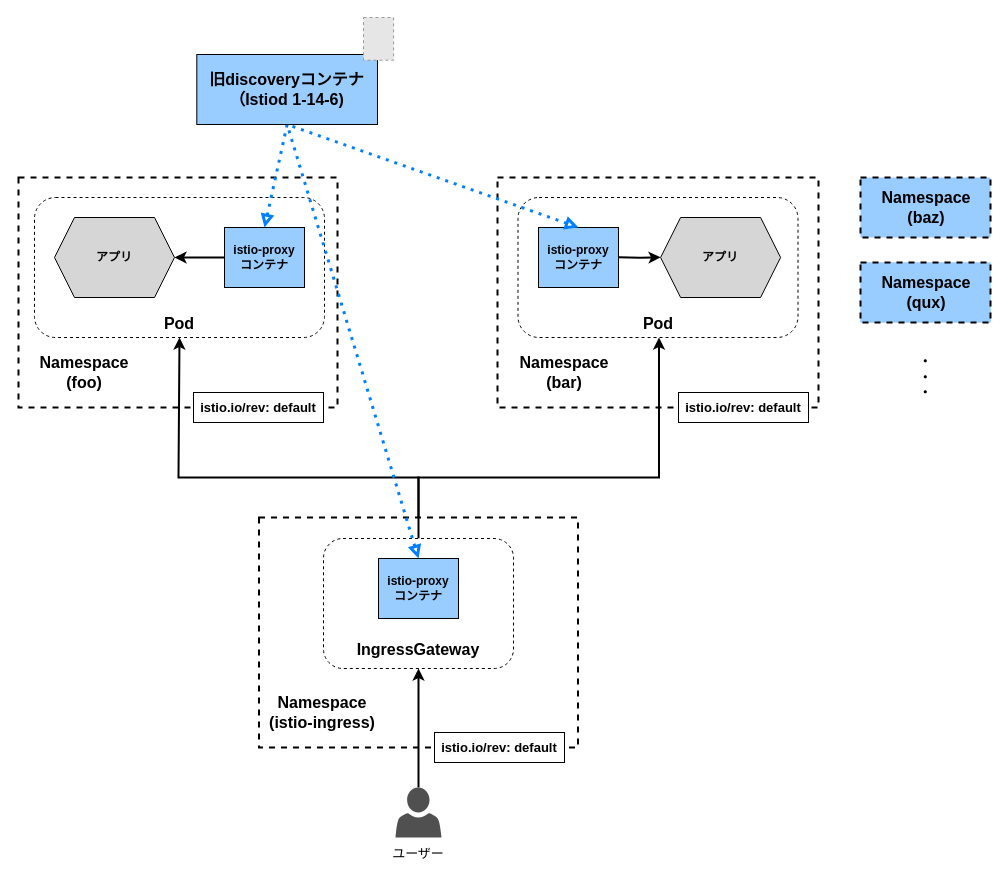
Before: page "istio_canary-upgrade_rollout-restart_1" (14 of 27) of images/drawio/istio/upgrade_istio.drawio in hiroki-it/tech-notebook-images, a draw.io diagram. Source tidied: cells renumbered, new cells numbered last; positions are measured from the earlier drawing's top-left corner, leaving out a move shared by most shapes. Both pictures are drawn from the tidied source at 100%, with x=0, y=0 at pixel (18, 17). Pictures stored in the file or linked from it are replaced by grey dashed boxes.
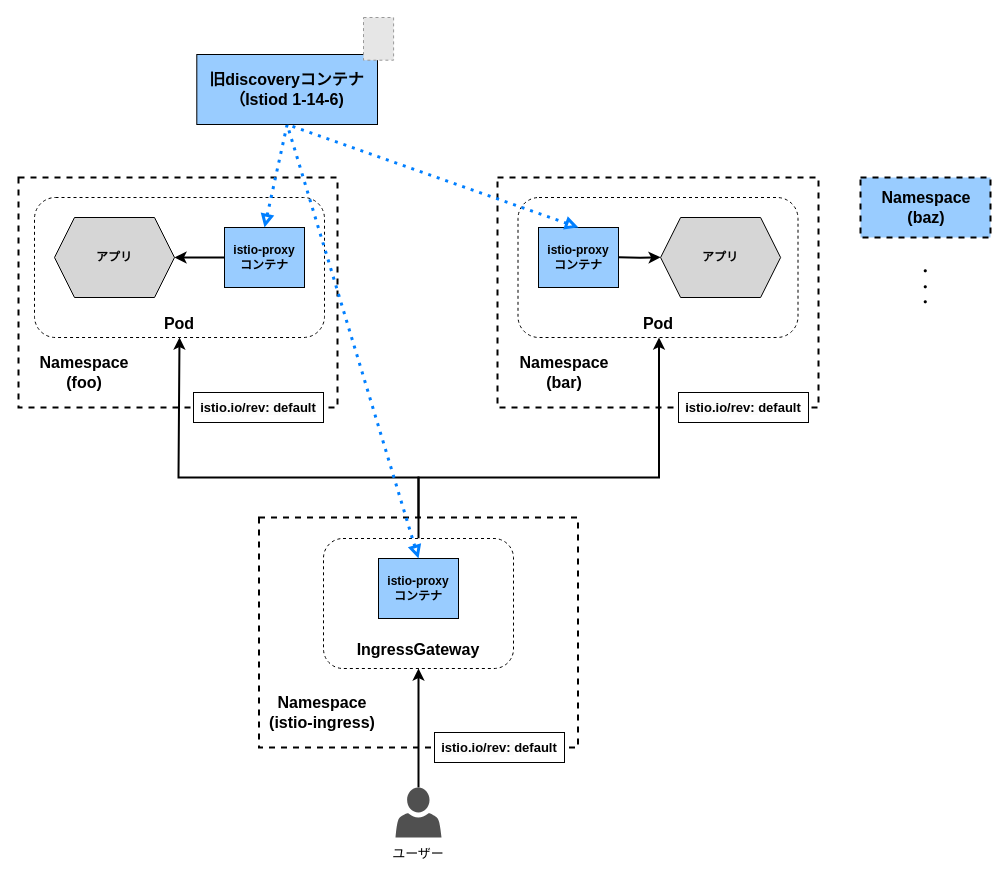
After the change.

Change to the diagram source:
```diff
@@
-    <mxCell id="32" style="group;fillColor=#99CCFF;" parent="1" vertex="1">
-      <mxGeometry x="842" y="245" width="130" height="60" as="geometry" />
-    </mxCell>
-    <mxCell id="33" style="rounded=0;whiteSpace=wrap;html=1;fillColor=#99CCFF;dashed=1;strokeColor=default;shadow=0;glass=0;strokeWidth=2;" parent="32" vertex="1">
-      <mxGeometry width="130" height="60" as="geometry" />
-    </mxCell>
-    <mxCell id="34" value="&lt;b style=&quot;font-size: 16px;&quot;&gt;Namespace&lt;br&gt;(qux)&lt;br&gt;&lt;/b&gt;" style="text;html=1;strokeColor=none;fillColor=none;align=center;verticalAlign=middle;whiteSpace=wrap;rounded=0;dashed=1;fontStyle=0;fontSize=16;" parent="32" vertex="1">
-      <mxGeometry x="10" y="8.6" width="112.1" height="42.9" as="geometry" />
-    </mxCell>
-    <mxCell id="35" value="・&lt;br style=&quot;font-size: 13px;&quot;&gt;・&lt;br style=&quot;font-size: 13px;&quot;&gt;・" style="text;html=1;strokeColor=none;fillColor=none;align=center;verticalAlign=middle;whiteSpace=wrap;rounded=0;fontStyle=1;fontSize=13;" parent="1" vertex="1">
-      <mxGeometry x="877" y="330" width="60" height="60" as="geometry" />
-    </mxCell>
@@
+    <mxCell id="35" value="・&lt;br style=&quot;font-size: 13px;&quot;&gt;・&lt;br style=&quot;font-size: 13px;&quot;&gt;・" style="text;html=1;strokeColor=none;fillColor=none;align=center;verticalAlign=middle;whiteSpace=wrap;rounded=0;fontStyle=1;fontSize=13;" parent="1" vertex="1">
+      <mxGeometry x="877" y="240" width="60" height="60" as="geometry" />
+    </mxCell>
```
